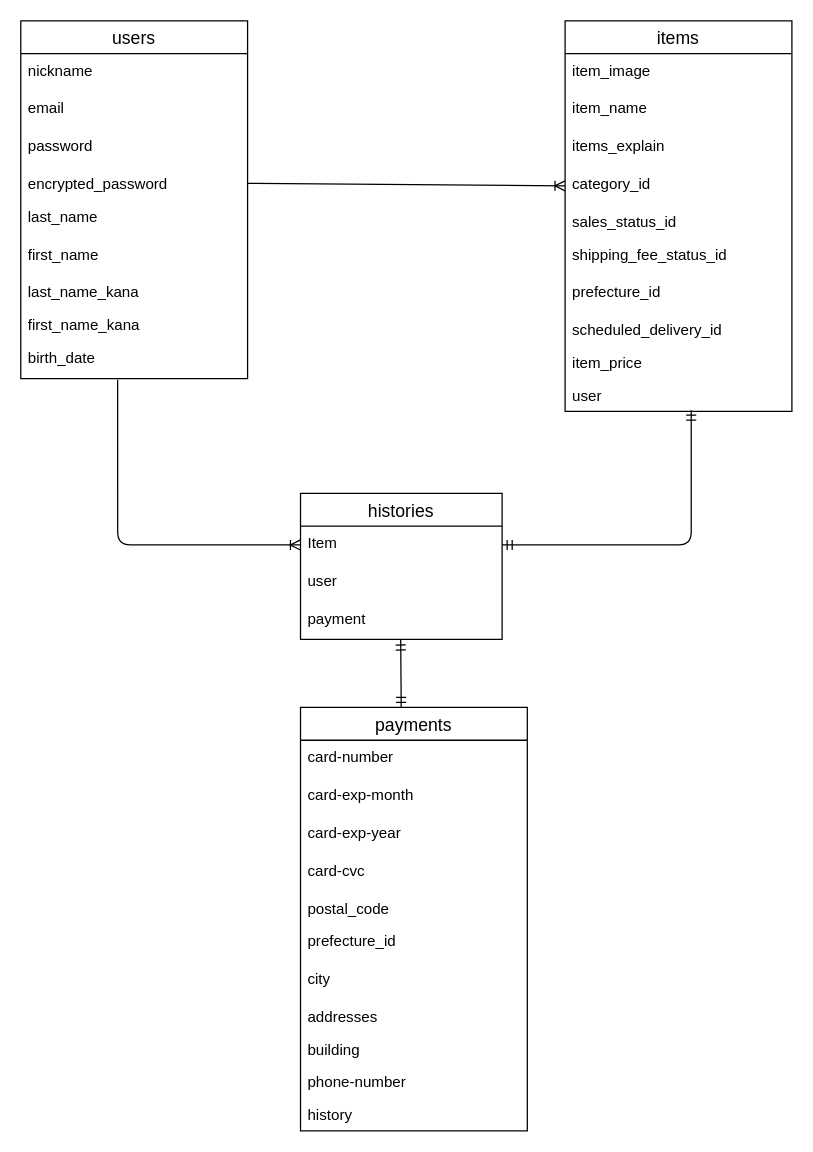
RcNgtm/furima-37770 keeps this draw.io diagram as ER.dio. Above is the earlier version. Source tidied: cells renumbered, new cells numbered last; positions are measured from the earlier drawing's top-left corner, leaving out a move shared by most shapes. Both pictures are drawn from the tidied source at 126%, with x=0, y=0 at pixel (20, 20).
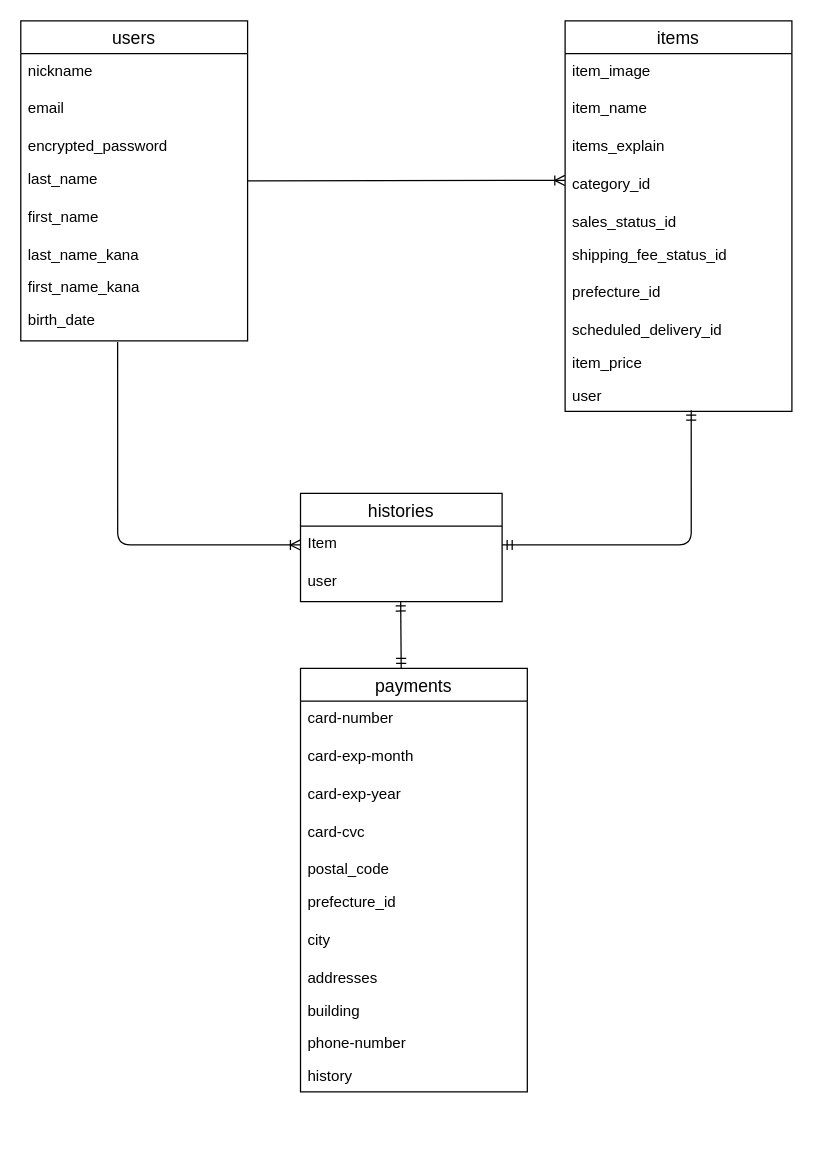
The same page after the edit.

Commit message (it also covers changes not shown here):
データベース設計の修正②

The change refers to these unchanged cells:
```xml
<mxCell id="16" value="category_id" style="text;strokeColor=none;fillColor=none;spacingLeft=4;spacingRight=4;overflow=hidden;points=[[0,0.5],[1,0.5]];portConstraint=eastwest;fontSize=12;" parent="12" vertex="1">
  <mxGeometry y="116" width="180" height="30" as="geometry" />
</mxCell>
```

The edit, as a diff of the source:
```diff
@@
     <mxCell id="2" value="users" style="swimlane;fontStyle=0;horizontal=1;startSize=26;align=center;fontSize=14;" parent="1" vertex="1">
-      <mxGeometry width="180" height="284" as="geometry" />
+      <mxGeometry width="180" height="254" as="geometry" />
     </mxCell>
@@
-    <mxCell id="5" value="password" style="text;strokeColor=none;fillColor=none;spacingLeft=4;spacingRight=4;overflow=hidden;fontSize=12;" parent="2" vertex="1">
-      <mxGeometry y="86" width="180" height="30" as="geometry" />
-    </mxCell>
     <mxCell id="6" value="encrypted_password" style="text;strokeColor=none;fillColor=none;spacingLeft=4;spacingRight=4;overflow=hidden;points=[[0,0.5],[1,0.5]];portConstraint=eastwest;fontSize=12;" parent="2" vertex="1">
-      <mxGeometry y="116" width="180" height="26" as="geometry" />
+      <mxGeometry y="86" width="180" height="26" as="geometry" />
     </mxCell>
     <mxCell id="7" value="last_name" style="text;strokeColor=none;fillColor=none;spacingLeft=4;spacingRight=4;overflow=hidden;points=[[0,0.5],[1,0.5]];portConstraint=eastwest;fontSize=12;" parent="2" vertex="1">
-      <mxGeometry y="142" width="180" height="30" as="geometry" />
+      <mxGeometry y="112" width="180" height="30" as="geometry" />
     </mxCell>
     <mxCell id="8" value="first_name" style="text;strokeColor=none;fillColor=none;spacingLeft=4;spacingRight=4;overflow=hidden;fontSize=12;" parent="2" vertex="1">
-      <mxGeometry y="172" width="180" height="30" as="geometry" />
+      <mxGeometry y="142" width="180" height="30" as="geometry" />
     </mxCell>
     <mxCell id="9" value="last_name_kana" style="text;strokeColor=none;fillColor=none;spacingLeft=4;spacingRight=4;overflow=hidden;fontSize=12;" parent="2" vertex="1">
-      <mxGeometry y="202" width="180" height="26" as="geometry" />
+      <mxGeometry y="172" width="180" height="26" as="geometry" />
     </mxCell>
     <mxCell id="10" value="first_name_kana" style="text;strokeColor=none;fillColor=none;spacingLeft=4;spacingRight=4;overflow=hidden;fontSize=12;" parent="2" vertex="1">
-      <mxGeometry y="228" width="180" height="26" as="geometry" />
+      <mxGeometry y="198" width="180" height="26" as="geometry" />
     </mxCell>
     <mxCell id="11" value="birth_date" style="text;strokeColor=none;fillColor=none;spacingLeft=4;spacingRight=4;overflow=hidden;points=[[0,0.5],[1,0.5]];portConstraint=eastwest;fontSize=12;" parent="2" vertex="1">
-      <mxGeometry y="254" width="180" height="30" as="geometry" />
+      <mxGeometry y="224" width="180" height="30" as="geometry" />
     </mxCell>
@@
     <mxCell id="23" value="payments" style="swimlane;fontStyle=0;horizontal=1;startSize=26;align=center;fontSize=14;" parent="1" vertex="1">
-      <mxGeometry x="222" y="545" width="180" height="336" as="geometry" />
+      <mxGeometry x="222" y="514" width="180" height="336" as="geometry" />
     </mxCell>
@@
-    <mxCell id="36" style="fontSize=12;html=1;endArrow=ERoneToMany;exitX=1;exitY=0.5;exitDx=0;exitDy=0;entryX=0;entryY=0.5;entryDx=0;entryDy=0;" parent="1" edge="1" source="6" target="16">
+    <mxCell id="36" style="fontSize=12;html=1;endArrow=ERoneToMany;exitX=1;exitY=0.5;exitDx=0;exitDy=0;entryX=-0.001;entryY=0.356;entryDx=0;entryDy=0;entryPerimeter=0;" parent="1" edge="1" source="7" target="16">
       <mxGeometry relative="1" as="geometry" />
     </mxCell>
@@
     <mxCell id="38" value="histories" style="swimlane;fontStyle=0;horizontal=1;startSize=26;align=center;fontSize=14;" parent="1" vertex="1">
-      <mxGeometry x="222" y="375" width="160" height="116" as="geometry" />
+      <mxGeometry x="222" y="375" width="160" height="86" as="geometry" />
     </mxCell>
@@
-    <mxCell id="41" value="payment" style="text;strokeColor=none;fillColor=none;spacingLeft=4;spacingRight=4;overflow=hidden;points=[[0,0.5],[1,0.5]];portConstraint=eastwest;fontSize=12;" parent="38" vertex="1">
-      <mxGeometry y="86" width="160" height="30" as="geometry" />
-    </mxCell>
-    <mxCell id="42" style="fontSize=12;html=1;endArrow=ERmandOne;startArrow=ERmandOne;entryX=0.497;entryY=1.013;entryDx=0;entryDy=0;entryPerimeter=0;exitX=0.444;exitY=0;exitDx=0;exitDy=0;exitPerimeter=0;" parent="1" edge="1" source="23" target="41">
-      <mxGeometry relative="1" as="geometry" />
+    <mxCell id="42" style="fontSize=12;html=1;endArrow=ERmandOne;startArrow=ERmandOne;entryX=0.497;entryY=1.013;entryDx=0;entryDy=0;entryPerimeter=0;exitX=0.444;exitY=0;exitDx=0;exitDy=0;exitPerimeter=0;" parent="1" edge="1" source="23">
+      <mxGeometry relative="1" as="geometry">
+        <mxPoint x="301.5" y="460.4" as="targetPoint" />
+      </mxGeometry>
     </mxCell>
```
